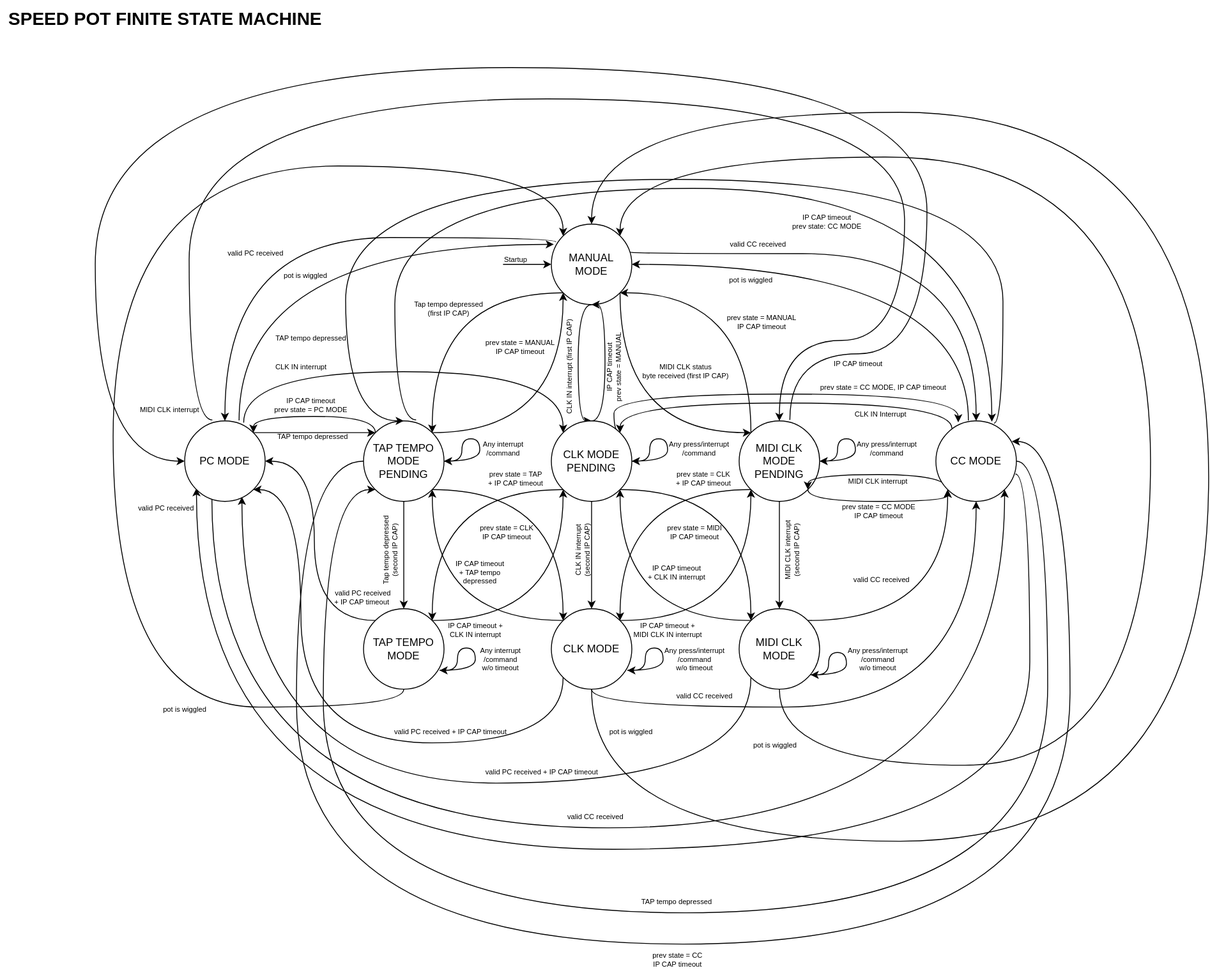
The draw.io diagram Speed Control State Machine.drawio.svg in garvsify/MI-2024, before a commit. Source tidied: cells renumbered, new cells last; positions are measured from the earlier drawing's top-left corner, leaving out a move shared by most shapes.
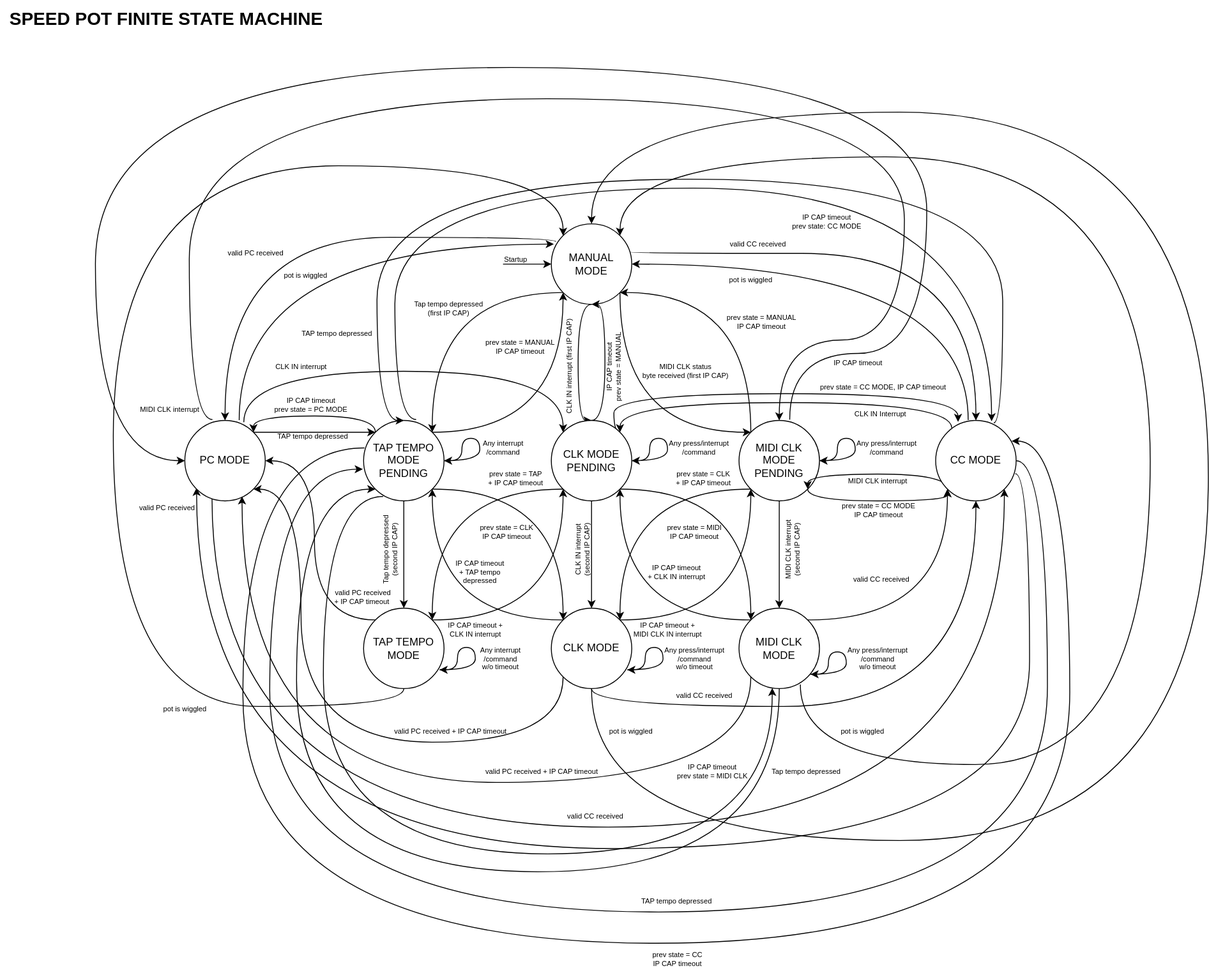
Above is the later version.

Commit message:
there was an error in the speed fsm

The edit, as a diff of the source:
```diff
@@ -55,11 +55,11 @@
         </Array>
       </mxGeometry>
     </mxCell>
-    <mxCell id="12" style="edgeStyle=orthogonalEdgeStyle;rounded=0;jettySize=auto;html=1;exitX=0;exitY=0.5;exitDx=0;exitDy=0;entryX=0.944;entryY=0.256;entryDx=0;entryDy=0;curved=1;entryPerimeter=0;" parent="1" edge="1" source="14" target="71">
+    <mxCell id="12" style="edgeStyle=orthogonalEdgeStyle;rounded=0;jettySize=auto;html=1;exitX=0.011;exitY=0.341;exitDx=0;exitDy=0;entryX=0.944;entryY=0.256;entryDx=0;entryDy=0;curved=1;entryPerimeter=0;exitPerimeter=0;" parent="1" edge="1" source="14" target="71">
       <mxGeometry relative="1" as="geometry">
         <Array as="points">
-          <mxPoint x="331" y="515" />
-          <mxPoint x="331" y="1055" />
+          <mxPoint x="271" y="501" />
+          <mxPoint x="271" y="1055" />
           <mxPoint x="1196" y="1055" />
           <mxPoint x="1196" y="493" />
         </Array>
@@ -185,16 +185,25 @@
     <mxCell id="37" style="edgeStyle=orthogonalEdgeStyle;rounded=0;jettySize=auto;html=1;exitX=1;exitY=0;exitDx=0;exitDy=0;entryX=0;entryY=1;entryDx=0;entryDy=0;curved=1;" parent="1" edge="1" source="39" target="71">
       <mxGeometry relative="1" as="geometry" />
     </mxCell>
-    <mxCell id="38" style="edgeStyle=orthogonalEdgeStyle;rounded=0;jettySize=auto;html=1;exitX=0.5;exitY=1;exitDx=0;exitDy=0;entryX=1;entryY=0;entryDx=0;entryDy=0;curved=1;" parent="1" edge="1" source="39" target="7">
+    <mxCell id="38" style="edgeStyle=orthogonalEdgeStyle;rounded=0;jettySize=auto;html=1;exitX=0.762;exitY=0.95;exitDx=0;exitDy=0;entryX=1;entryY=0;entryDx=0;entryDy=0;curved=1;exitPerimeter=0;" parent="1" edge="1" source="39" target="7">
       <mxGeometry relative="1" as="geometry">
         <Array as="points">
-          <mxPoint x="871" y="855" />
+          <mxPoint x="895" y="855" />
           <mxPoint x="1286" y="855" />
           <mxPoint x="1286" y="175" />
           <mxPoint x="693" y="175" />
         </Array>
       </mxGeometry>
     </mxCell>
+    <mxCell id="114" style="edgeStyle=orthogonalEdgeStyle;rounded=0;jettySize=auto;html=1;exitX=0.5;exitY=1;exitDx=0;exitDy=0;entryX=0;entryY=1;entryDx=0;entryDy=0;curved=1;" parent="1" edge="1" source="39" target="14">
+      <mxGeometry relative="1" as="geometry">
+        <Array as="points">
+          <mxPoint x="871" y="975" />
+          <mxPoint x="331" y="975" />
+          <mxPoint x="331" y="547" />
+        </Array>
+      </mxGeometry>
+    </mxCell>
     <mxCell id="39" value="MIDI CLK MODE" style="ellipse;whiteSpace=wrap;html=1;" parent="1" vertex="1">
       <mxGeometry x="826" y="680" width="90" height="90" as="geometry" />
     </mxCell>
@@ -350,21 +359,21 @@
         <Array as="points">
           <mxPoint x="1121" y="473" />
           <mxPoint x="1121" y="200" />
-          <mxPoint x="386" y="200" />
-          <mxPoint x="386" y="470" />
+          <mxPoint x="421" y="200" />
+          <mxPoint x="421" y="470" />
         </Array>
       </mxGeometry>
     </mxCell>
     <mxCell id="69" style="edgeStyle=orthogonalEdgeStyle;rounded=0;jettySize=auto;html=1;exitX=0.404;exitY=-0.004;exitDx=0;exitDy=0;entryX=1;entryY=0.5;entryDx=0;entryDy=0;curved=1;exitPerimeter=0;" parent="1" edge="1" source="71" target="7">
       <mxGeometry relative="1" as="geometry" />
     </mxCell>
-    <mxCell id="70" style="edgeStyle=orthogonalEdgeStyle;rounded=0;jettySize=auto;html=1;exitX=1;exitY=0.5;exitDx=0;exitDy=0;entryX=0;entryY=1;entryDx=0;entryDy=0;curved=1;" parent="1" edge="1" source="71" target="14">
+    <mxCell id="70" style="edgeStyle=orthogonalEdgeStyle;rounded=0;jettySize=auto;html=1;exitX=1;exitY=0.5;exitDx=0;exitDy=0;entryX=-0.01;entryY=0.606;entryDx=0;entryDy=0;curved=1;entryPerimeter=0;" parent="1" edge="1" source="71" target="14">
       <mxGeometry relative="1" as="geometry">
         <Array as="points">
           <mxPoint x="1171" y="515" />
           <mxPoint x="1171" y="1020" />
-          <mxPoint x="361" y="1020" />
-          <mxPoint x="361" y="547" />
+          <mxPoint x="301" y="1020" />
+          <mxPoint x="301" y="525" />
         </Array>
       </mxGeometry>
     </mxCell>
@@ -439,13 +448,13 @@
       <mxGeometry x="804" y="300" width="70" height="25" as="geometry" />
     </mxCell>
     <mxCell id="85" value="&lt;div&gt;TAP tempo depressed&lt;/div&gt;" style="text;html=1;align=center;verticalAlign=middle;strokeColor=none;fillColor=none;fontSize=8;" parent="1" vertex="1">
-      <mxGeometry x="296.5" y="365" width="100" height="25" as="geometry" />
+      <mxGeometry x="326" y="360" width="100" height="25" as="geometry" />
     </mxCell>
     <mxCell id="86" value="IP CAP timeout&lt;div&gt;prev state: CC MODE&lt;/div&gt;" style="text;html=1;align=center;verticalAlign=middle;strokeColor=none;fillColor=none;fontSize=8;" parent="1" vertex="1">
       <mxGeometry x="874" y="230" width="100" height="35" as="geometry" />
     </mxCell>
     <mxCell id="87" value="&lt;div&gt;pot is wiggled&lt;/div&gt;" style="text;html=1;align=center;verticalAlign=middle;strokeColor=none;fillColor=none;fontSize=8;" parent="1" vertex="1">
-      <mxGeometry x="831" y="820" width="70" height="25" as="geometry" />
+      <mxGeometry x="929" y="805" width="70" height="25" as="geometry" />
     </mxCell>
     <mxCell id="88" value="&lt;div&gt;pot is wiggled&lt;/div&gt;" style="text;html=1;align=center;verticalAlign=middle;strokeColor=none;fillColor=none;fontSize=8;" parent="1" vertex="1">
       <mxGeometry x="670" y="805" width="70" height="25" as="geometry" />
@@ -543,5 +552,20 @@
     <mxCell id="113" value="&lt;div&gt;IP CAP timeout&lt;/div&gt;" style="text;html=1;align=center;verticalAlign=middle;strokeColor=none;fillColor=none;fontSize=8;" parent="1" vertex="1">
       <mxGeometry x="921" y="393" width="75" height="25" as="geometry" />
     </mxCell>
+    <mxCell id="115" style="edgeStyle=orthogonalEdgeStyle;rounded=0;jettySize=auto;html=1;exitX=0.244;exitY=0.944;exitDx=0;exitDy=0;entryX=0.413;entryY=0.992;entryDx=0;entryDy=0;entryPerimeter=0;curved=1;exitPerimeter=0;" parent="1" edge="1" source="14" target="39">
+      <mxGeometry relative="1" as="geometry">
+        <Array as="points">
+          <mxPoint x="361" y="555" />
+          <mxPoint x="361" y="955" />
+          <mxPoint x="863" y="955" />
+        </Array>
+      </mxGeometry>
+    </mxCell>
+    <mxCell id="116" value="&lt;div&gt;IP CAP timeout&lt;/div&gt;&lt;div&gt;prev state = MIDI CLK&lt;/div&gt;" style="text;html=1;align=center;verticalAlign=middle;strokeColor=none;fillColor=none;fontSize=8;" parent="1" vertex="1">
+      <mxGeometry x="746" y="845" width="100" height="35" as="geometry" />
+    </mxCell>
+    <mxCell id="117" value="Tap tempo depressed" style="text;html=1;align=center;verticalAlign=middle;strokeColor=none;fillColor=none;fontSize=8;" parent="1" vertex="1">
+      <mxGeometry x="851" y="850" width="100" height="25" as="geometry" />
+    </mxCell>
   </root>
 </mxGraphModel>
```
